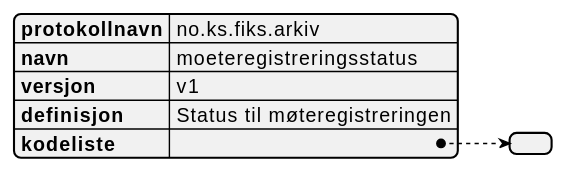
Above: Schema/V1/kodelister/no.ks.fiks.arkiv.v1.kodelister.moeteregistreringsstatus/no.ks.fiks.arkiv.v1.kodelister.moeteregistreringsstatus.svg in ks-no/fiks-arkiv-specification (PlantUML), before the change.
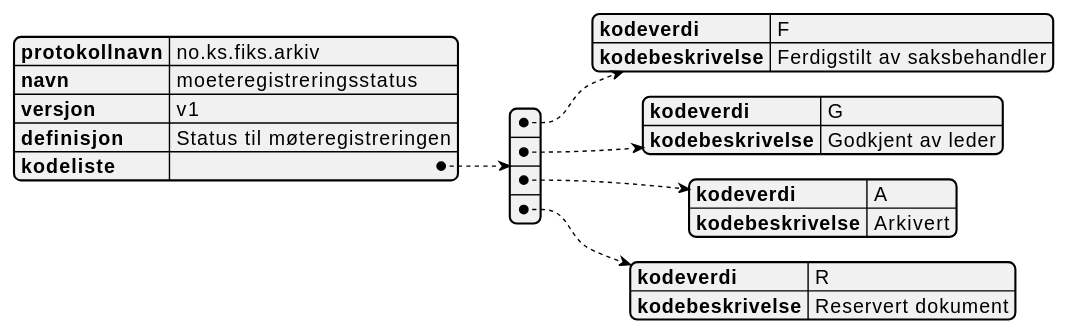
After the change.

The edit, as a diff of the source:
```diff
@@ -5,6 +5,22 @@
   "versjon": "v1",
   "definisjon": "Status til møteregistreringen",
   "kodeliste": [
+    {
+      "kodeverdi" : "F",
+      "kodebeskrivelse" : "Ferdigstilt av saksbehandler"
+    },
+    {
+      "kodeverdi" : "G",
+      "kodebeskrivelse" : "Godkjent av leder"
+    },
+    {
+      "kodeverdi" : "A",
+      "kodebeskrivelse" : "Arkivert"
+    },
+    {
+      "kodeverdi" : "R",
+      "kodebeskrivelse" : "Reservert dokument"
+    }
   ]
 }
 @endjson
```
